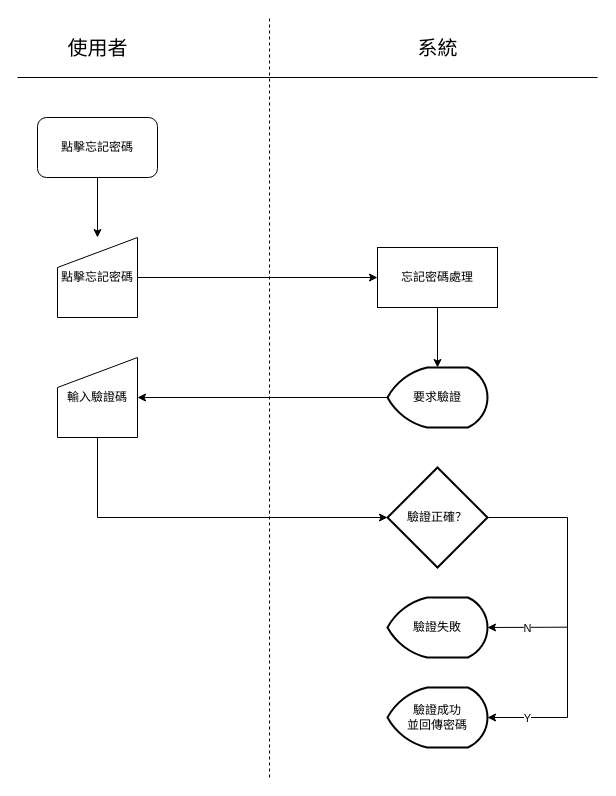
Before: 流程圖/原檔/忘記密碼.drawio in TYChicode/deepbowl, a draw.io diagram. Source tidied: cells renumbered, new cells numbered last; positions are measured from the earlier drawing's top-left corner, leaving out a move shared by most shapes. Both pictures are drawn from the tidied source at 100%, with x=0, y=0 at pixel (17, 17).
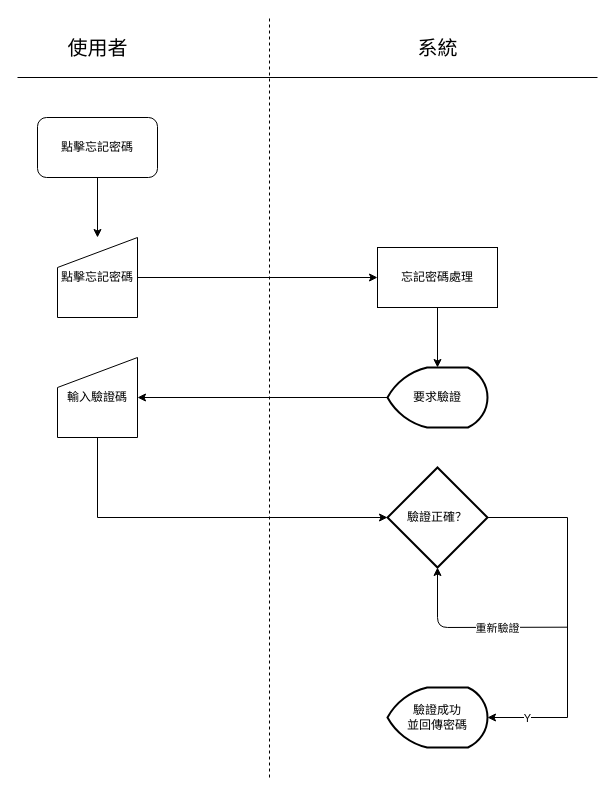
The same diagram, later.

Unchanged cells that the change refers to:
```xml
<mxCell id="17" value="驗證正確？" style="strokeWidth=2;html=1;shape=mxgraph.flowchart.decision;whiteSpace=wrap;" parent="1" vertex="1">
  <mxGeometry x="370" y="450" width="100" height="100" as="geometry" />
</mxCell>
```

Change to the diagram source:
```diff
@@
-    <mxCell id="18" value="驗證失敗" style="strokeWidth=2;html=1;shape=mxgraph.flowchart.display;whiteSpace=wrap;" parent="1" vertex="1">
-      <mxGeometry x="370" y="580" width="100" height="60" as="geometry" />
-    </mxCell>
@@
-    <mxCell id="20" style="endArrow=classic;html=1;entryX=1;entryY=0.5;entryDx=0;entryDy=0;entryPerimeter=0;" parent="1" edge="1" target="18">
+    <mxCell id="20" style="endArrow=classic;html=1;entryX=0.5;entryY=1;entryDx=0;entryDy=0;entryPerimeter=0;" parent="1" edge="1" target="17">
       <mxGeometry relative="1" as="geometry">
         <mxPoint x="550" y="609.7" as="sourcePoint" />
+        <Array as="points">
+          <mxPoint x="420" y="610" />
+        </Array>
       </mxGeometry>
     </mxCell>
-    <mxCell id="21" value="N" style="edgeLabel;html=1;align=center;verticalAlign=middle;" parent="20" vertex="1">
+    <mxCell id="21" value="重新驗證" style="edgeLabel;html=1;align=center;verticalAlign=middle;" parent="20" vertex="1">
       <mxGeometry x="-0.18" y="-1" relative="1" as="geometry">
-        <mxPoint x="-7.4" y="1.2" as="offset" />
+        <mxPoint x="8" y="1.2" as="offset" />
       </mxGeometry>
     </mxCell>
```
